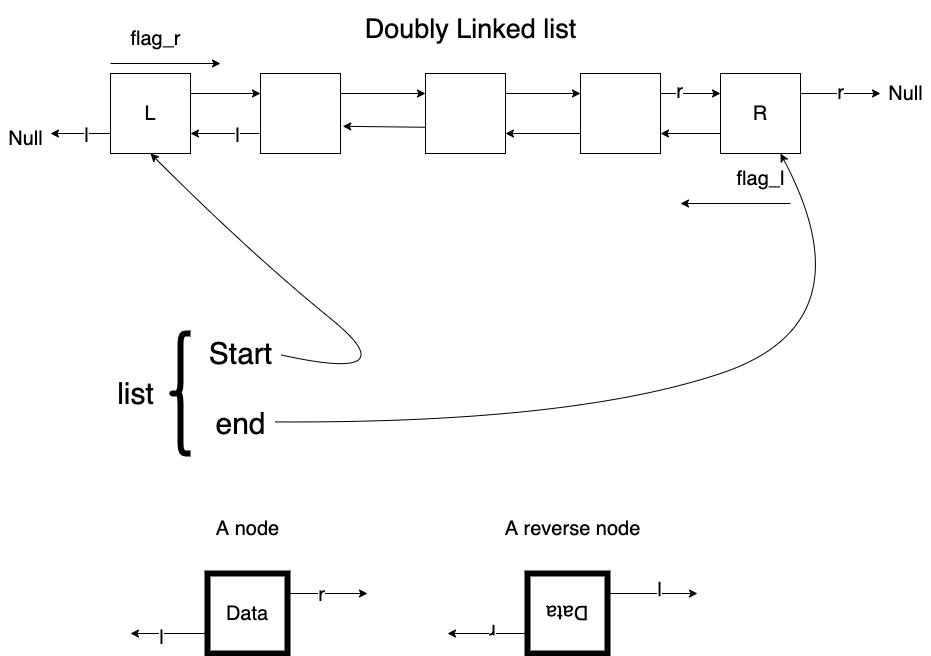
Earlier version of the draw.io export img/Plan.png (stevengogogo/DSA-WastonAbili). Source tidied: cells renumbered, new cells last; positions are measured from the earlier drawing's top-left corner, leaving out a move shared by most shapes.
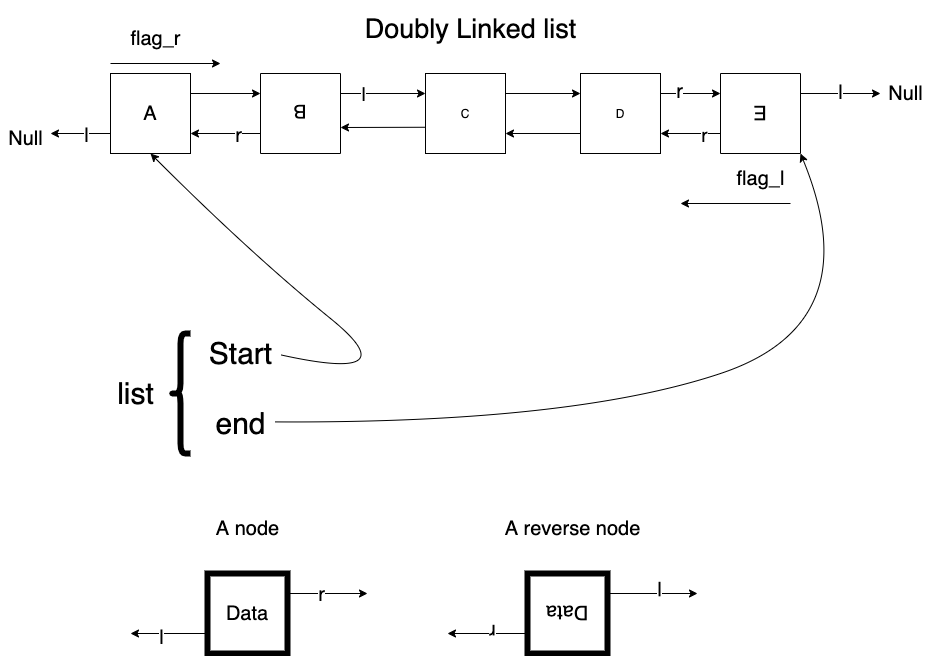
The same diagram one commit later.

What changed in the source:
```diff
@@ -2,16 +2,16 @@
   <root>
     <mxCell id="0" />
     <mxCell id="1" parent="0" />
-    <mxCell id="2" style="whiteSpace=wrap;html=1;" parent="1" vertex="1">
+    <mxCell id="2" value="B" style="whiteSpace=wrap;html=1;rotation=-180;fontSize=19;" parent="1" vertex="1">
       <mxGeometry x="260" y="70" width="80" height="80" as="geometry" />
     </mxCell>
     <mxCell id="3" value="Doubly Linked list" style="text;html=1;align=center;verticalAlign=middle;strokeWidth=6;spacing=4;fontSize=27;" parent="1" vertex="1">
       <mxGeometry x="350" width="240" height="50" as="geometry" />
     </mxCell>
-    <mxCell id="4" style="whiteSpace=wrap;html=1;" parent="1" vertex="1">
+    <mxCell id="4" value="C" style="whiteSpace=wrap;html=1;" parent="1" vertex="1">
       <mxGeometry x="425" y="70" width="80" height="80" as="geometry" />
     </mxCell>
-    <mxCell id="5" style="whiteSpace=wrap;html=1;" parent="1" vertex="1">
+    <mxCell id="5" value="D" style="whiteSpace=wrap;html=1;" parent="1" vertex="1">
       <mxGeometry x="580" y="70" width="80" height="80" as="geometry" />
     </mxCell>
     <mxCell id="6" style="endArrow=classic;html=1;exitX=1;exitY=0.25;exitDx=0;exitDy=0;entryX=0;entryY=0.25;entryDx=0;entryDy=0;" parent="1" edge="1" source="4" target="5">
@@ -20,38 +20,44 @@
     <mxCell id="7" style="endArrow=classic;html=1;entryX=1;entryY=0.75;entryDx=0;entryDy=0;exitX=0;exitY=0.75;exitDx=0;exitDy=0;" parent="1" edge="1" source="5" target="4">
       <mxGeometry relative="1" as="geometry" />
     </mxCell>
-    <mxCell id="8" style="endArrow=classic;html=1;exitX=1;exitY=0.25;exitDx=0;exitDy=0;entryX=0;entryY=0.25;entryDx=0;entryDy=0;" parent="1" edge="1" source="2" target="4">
+    <mxCell id="8" style="endArrow=classic;html=1;entryX=0;entryY=0.25;entryDx=0;entryDy=0;exitX=0;exitY=0.75;exitDx=0;exitDy=0;" parent="1" edge="1" source="2" target="4">
       <mxGeometry relative="1" as="geometry" />
     </mxCell>
+    <mxCell id="47" value="l" style="edgeLabel;html=1;align=center;verticalAlign=middle;fontSize=19;" parent="8" vertex="1">
+      <mxGeometry x="-0.47" y="1" relative="1" as="geometry" />
+    </mxCell>
-    <mxCell id="9" style="endArrow=classic;html=1;entryX=1.028;entryY=0.66;entryDx=0;entryDy=0;entryPerimeter=0;exitX=-0.003;exitY=0.672;exitDx=0;exitDy=0;exitPerimeter=0;" parent="1" edge="1" source="4" target="2">
-      <mxGeometry relative="1" as="geometry" />
+    <mxCell id="9" style="endArrow=classic;html=1;exitX=-0.003;exitY=0.672;exitDx=0;exitDy=0;exitPerimeter=0;" parent="1" edge="1" source="4">
+      <mxGeometry relative="1" as="geometry">
+        <mxPoint x="340" y="124" as="targetPoint" />
+      </mxGeometry>
     </mxCell>
-    <mxCell id="10" value="L" style="whiteSpace=wrap;html=1;fontSize=20;" parent="1" vertex="1">
+    <mxCell id="10" value="A" style="whiteSpace=wrap;html=1;fontSize=20;" parent="1" vertex="1">
       <mxGeometry x="110" y="70" width="80" height="80" as="geometry" />
     </mxCell>
-    <mxCell id="11" value="&lt;font style=&quot;font-size: 20px&quot;&gt;R&lt;/font&gt;" style="whiteSpace=wrap;html=1;fontSize=20;" parent="1" vertex="1">
+    <mxCell id="11" value="&lt;font style=&quot;font-size: 20px&quot;&gt;E&lt;/font&gt;" style="whiteSpace=wrap;html=1;fontSize=20;rotation=-180;" parent="1" vertex="1">
       <mxGeometry x="720" y="70" width="80" height="80" as="geometry" />
     </mxCell>
-    <mxCell id="12" style="endArrow=classic;html=1;fontSize=20;exitX=1;exitY=0.25;exitDx=0;exitDy=0;entryX=0;entryY=0.25;entryDx=0;entryDy=0;" parent="1" edge="1" source="10" target="2">
+    <mxCell id="12" style="endArrow=classic;html=1;fontSize=20;exitX=1;exitY=0.25;exitDx=0;exitDy=0;entryX=1;entryY=0.75;entryDx=0;entryDy=0;" parent="1" edge="1" source="10" target="2">
       <mxGeometry relative="1" as="geometry" />
     </mxCell>
-    <mxCell id="13" style="endArrow=classic;html=1;fontSize=20;entryX=1;entryY=0.75;entryDx=0;entryDy=0;" parent="1" edge="1" target="10">
-      <mxGeometry relative="1" as="geometry">
-        <mxPoint x="259" y="130" as="sourcePoint" />
-      </mxGeometry>
+    <mxCell id="13" style="endArrow=classic;html=1;fontSize=20;entryX=1;entryY=0.75;entryDx=0;entryDy=0;exitX=1;exitY=0.25;exitDx=0;exitDy=0;" parent="1" edge="1" source="2" target="10">
+      <mxGeometry relative="1" as="geometry" />
     </mxCell>
-    <mxCell id="14" value="l" style="edgeLabel;html=1;align=center;verticalAlign=middle;fontSize=20;" parent="13" vertex="1">
+    <mxCell id="14" value="r" style="edgeLabel;html=1;align=center;verticalAlign=middle;fontSize=20;" parent="13" vertex="1">
       <mxGeometry x="-0.34" y="1" relative="1" as="geometry" />
     </mxCell>
-    <mxCell id="15" style="endArrow=classic;html=1;fontSize=20;exitX=1;exitY=0.25;exitDx=0;exitDy=0;entryX=0;entryY=0.25;entryDx=0;entryDy=0;" parent="1" edge="1" source="5" target="11">
+    <mxCell id="15" style="endArrow=classic;html=1;fontSize=20;exitX=1;exitY=0.25;exitDx=0;exitDy=0;entryX=1;entryY=0.75;entryDx=0;entryDy=0;" parent="1" edge="1" source="5" target="11">
       <mxGeometry relative="1" as="geometry" />
     </mxCell>
     <mxCell id="16" value="r" style="edgeLabel;html=1;align=center;verticalAlign=middle;fontSize=20;" parent="15" vertex="1">
       <mxGeometry x="-0.39" y="3" relative="1" as="geometry" />
     </mxCell>
-    <mxCell id="17" style="endArrow=classic;html=1;fontSize=20;entryX=1;entryY=0.75;entryDx=0;entryDy=0;exitX=0;exitY=0.75;exitDx=0;exitDy=0;" parent="1" edge="1" source="11" target="5">
+    <mxCell id="17" style="endArrow=classic;html=1;fontSize=20;entryX=1;entryY=0.75;entryDx=0;entryDy=0;exitX=1;exitY=0.25;exitDx=0;exitDy=0;" parent="1" edge="1" source="11" target="5">
       <mxGeometry relative="1" as="geometry" />
     </mxCell>
+    <mxCell id="48" value="r" style="edgeLabel;html=1;align=center;verticalAlign=middle;fontSize=19;" parent="17" vertex="1">
+      <mxGeometry x="-0.45" relative="1" as="geometry" />
+    </mxCell>
     <mxCell id="18" value="Data" style="whiteSpace=wrap;html=1;strokeWidth=6;fontSize=20;" parent="1" vertex="1">
       <mxGeometry x="207" y="570" width="80" height="80" as="geometry" />
     </mxCell>
@@ -79,12 +85,12 @@
     <mxCell id="24" value="l" style="edgeLabel;html=1;align=center;verticalAlign=middle;fontSize=20;" parent="23" vertex="1">
       <mxGeometry x="-0.16" y="1" relative="1" as="geometry" />
     </mxCell>
-    <mxCell id="25" style="endArrow=classic;html=1;fontSize=20;exitX=1;exitY=0.25;exitDx=0;exitDy=0;" parent="1" edge="1" source="11">
+    <mxCell id="25" style="endArrow=classic;html=1;fontSize=20;exitX=0;exitY=0.75;exitDx=0;exitDy=0;" parent="1" edge="1" source="11">
       <mxGeometry relative="1" as="geometry">
         <mxPoint x="880" y="90" as="targetPoint" />
       </mxGeometry>
     </mxCell>
-    <mxCell id="26" value="r" style="edgeLabel;html=1;align=center;verticalAlign=middle;fontSize=20;" parent="25" vertex="1">
+    <mxCell id="26" value="l" style="edgeLabel;html=1;align=center;verticalAlign=middle;fontSize=20;" parent="25" vertex="1">
       <mxGeometry x="-0.03" y="2" relative="1" as="geometry" />
     </mxCell>
     <mxCell id="27" value="Null" style="text;html=1;align=center;verticalAlign=middle;fontSize=20;" parent="1" vertex="1">
@@ -159,7 +165,7 @@
         </Array>
       </mxGeometry>
     </mxCell>
-    <mxCell id="46" style="curved=1;endArrow=classic;html=1;fontSize=30;exitX=0.991;exitY=0.46;exitDx=0;exitDy=0;exitPerimeter=0;entryX=0.75;entryY=1;entryDx=0;entryDy=0;" parent="1" edge="1" source="44" target="11">
+    <mxCell id="46" style="curved=1;endArrow=classic;html=1;fontSize=30;exitX=0.991;exitY=0.46;exitDx=0;exitDy=0;exitPerimeter=0;entryX=0;entryY=0;entryDx=0;entryDy=0;" parent="1" edge="1" source="44" target="11">
       <mxGeometry relative="1" as="geometry">
         <Array as="points">
           <mxPoint x="570" y="420" />
```
